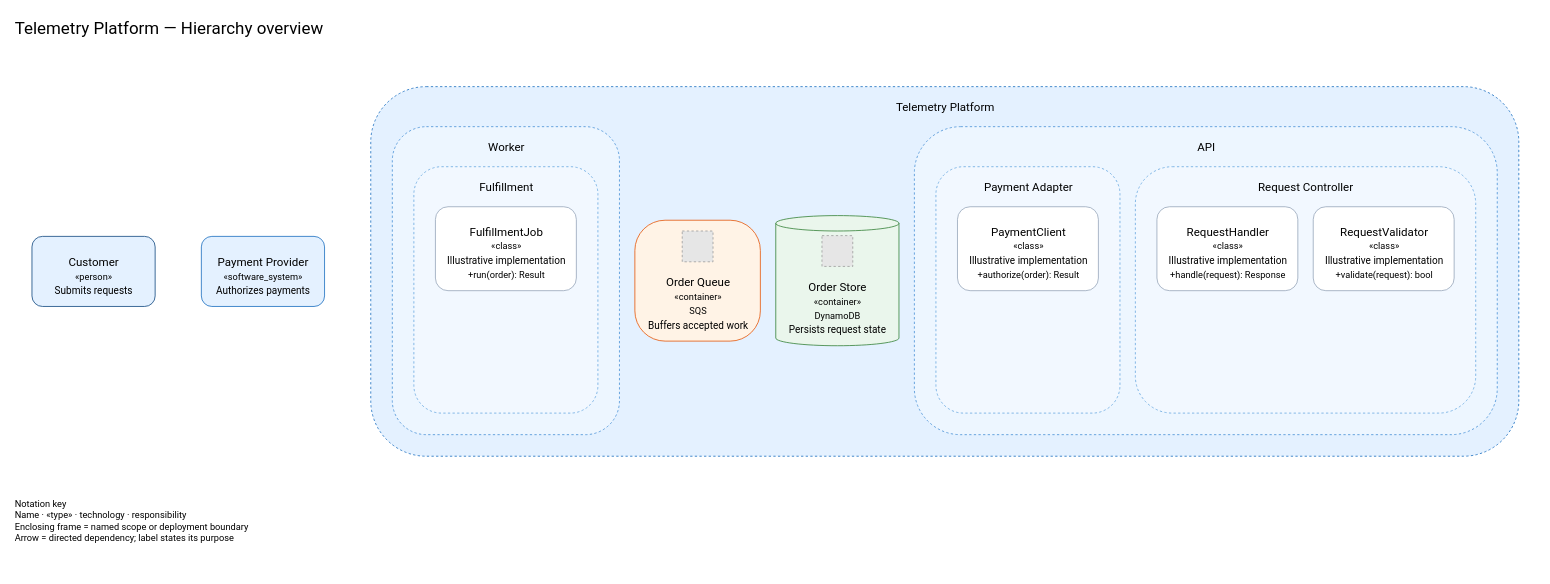
Earlier version of the draw.io diagram examples/starter-systems/telemetry-platform/05-overview/overview-hierarchy.drawio (tyler59simon/architecture-suite-plugin). Source tidied: cells renumbered, new cells numbered last; positions are measured from the earlier drawing's top-left corner, leaving out a move shared by most shapes. Both pictures are drawn from the tidied source at 77%, with x=0, y=0 at pixel (13, 13). Pictures stored in the file or linked from it are replaced by grey dashed boxes.
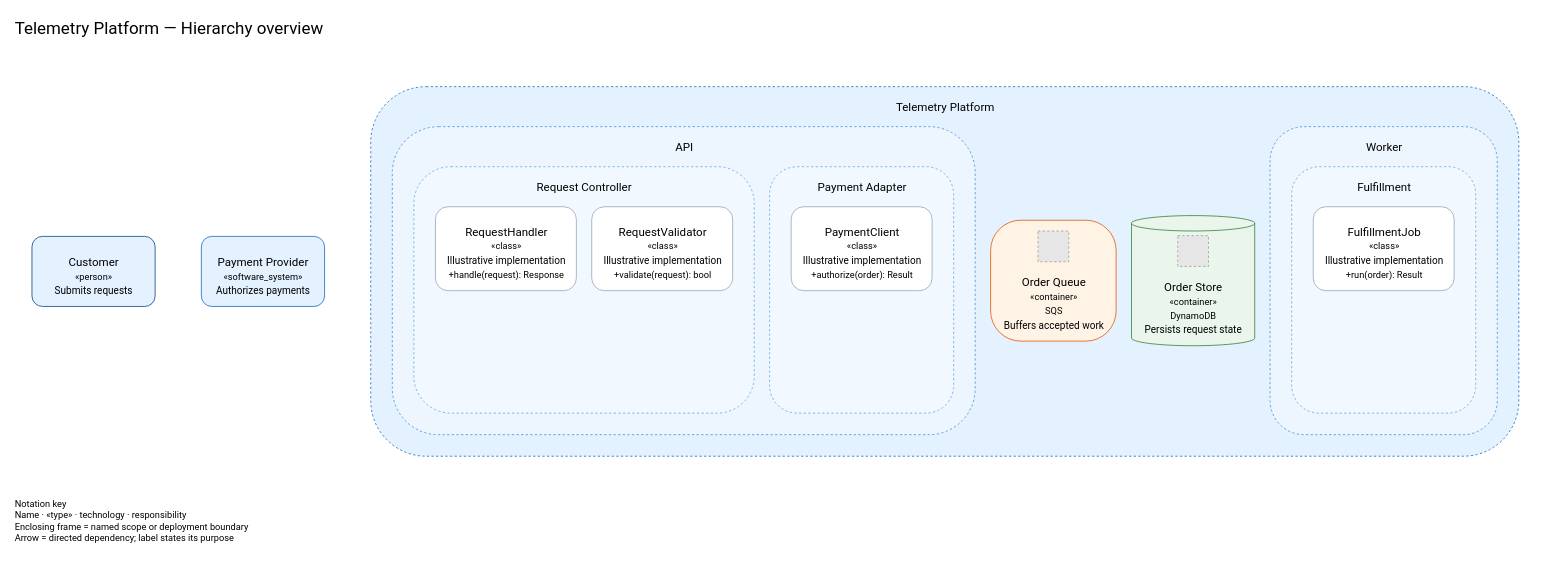
After the change.

The change refers to these unchanged cells:
```xml
<mxCell id="11" style="rounded=1;fillColor=#e4f1ff;strokeColor=#1168bd;dashed=1;" parent="1" vertex="1">
  <mxGeometry x="464" y="95" width="1491" height="480" as="geometry" />
</mxCell>
<mxCell id="29" style="rounded=1;fillColor=#ffffff;strokeColor=#94a3b8;dashed=0;" parent="27" vertex="1">
  <mxGeometry x="28" y="52" width="183" height="109" as="geometry" />
</mxCell>
```

Diff of the diagram source:
```diff
@@
     <mxCell id="13" style="rounded=1;arcSize=25;fillColor=#fff3e6;strokeColor=#e65100;dashed=0;" parent="11" vertex="1">
-      <mxGeometry x="343" y="173.5" width="163" height="157" as="geometry" />
+      <mxGeometry x="805" y="173.5" width="163" height="157" as="geometry" />
     </mxCell>
@@
     <mxCell id="19" style="shape=cylinder3;boundedLbl=1;backgroundOutline=1;size=10;fillColor=#eaf6ec;strokeColor=#2e7d32;dashed=0;" parent="11" vertex="1">
-      <mxGeometry x="526" y="167.5" width="160" height="169" as="geometry" />
+      <mxGeometry x="988" y="167.5" width="160" height="169" as="geometry" />
     </mxCell>
@@
     <mxCell id="25" style="rounded=1;fillColor=#edf6ff;strokeColor=#438dd5;dashed=1;" parent="11" vertex="1">
-      <mxGeometry x="28" y="52" width="295" height="400" as="geometry" />
+      <mxGeometry x="28" y="52" width="757" height="400" as="geometry" />
     </mxCell>
-    <mxCell id="26" value="Worker" style="text;html=1;align=center;fontSize=15;fontFamily=Roboto;spacing=0;" parent="25" vertex="1">
-      <mxGeometry y="13" width="295" height="22" as="geometry" />
+    <mxCell id="26" value="API" style="text;html=1;align=center;fontSize=15;fontFamily=Roboto;spacing=0;" parent="25" vertex="1">
+      <mxGeometry y="13" width="757" height="22" as="geometry" />
     </mxCell>
     <mxCell id="27" style="rounded=1;fillColor=#f2f8ff;strokeColor=#65a6df;dashed=1;" parent="25" vertex="1">
-      <mxGeometry x="28" y="52" width="239" height="320" as="geometry" />
+      <mxGeometry x="28" y="52" width="442" height="320" as="geometry" />
     </mxCell>
-    <mxCell id="28" value="Fulfillment" style="text;html=1;align=center;fontSize=15;fontFamily=Roboto;spacing=0;" parent="27" vertex="1">
-      <mxGeometry y="13" width="239" height="22" as="geometry" />
+    <mxCell id="28" value="Request Controller" style="text;html=1;align=center;fontSize=15;fontFamily=Roboto;spacing=0;" parent="27" vertex="1">
+      <mxGeometry y="13" width="442" height="22" as="geometry" />
     </mxCell>
@@
-    <mxCell id="30" value="FulfillmentJob" style="text;html=1;align=center;fontSize=15;fontFamily=Roboto;spacing=0;" parent="29" vertex="1">
+    <mxCell id="30" value="RequestHandler" style="text;html=1;align=center;fontSize=15;fontFamily=Roboto;spacing=0;" parent="29" vertex="1">
       <mxGeometry y="19" width="183" height="22" as="geometry" />
     </mxCell>
@@
-    <mxCell id="33" value="+run(order): Result" style="text;html=1;align=center;fontSize=12;fontFamily=Roboto;spacing=0;" parent="29" vertex="1">
+    <mxCell id="33" value="+handle(request): Response" style="text;html=1;align=center;fontSize=12;fontFamily=Roboto;spacing=0;" parent="29" vertex="1">
       <mxGeometry y="77" width="183" height="18" as="geometry" />
     </mxCell>
-    <mxCell id="34" style="rounded=1;fillColor=#edf6ff;strokeColor=#438dd5;dashed=1;" parent="11" vertex="1">
-      <mxGeometry x="706" y="52" width="757" height="400" as="geometry" />
+    <mxCell id="34" style="rounded=1;fillColor=#ffffff;strokeColor=#94a3b8;dashed=0;" parent="27" vertex="1">
+      <mxGeometry x="231" y="52" width="183" height="109" as="geometry" />
     </mxCell>
-    <mxCell id="35" value="API" style="text;html=1;align=center;fontSize=15;fontFamily=Roboto;spacing=0;" parent="34" vertex="1">
-      <mxGeometry y="13" width="757" height="22" as="geometry" />
+    <mxCell id="35" value="RequestValidator" style="text;html=1;align=center;fontSize=15;fontFamily=Roboto;spacing=0;" parent="34" vertex="1">
+      <mxGeometry y="19" width="183" height="22" as="geometry" />
     </mxCell>
+    <mxCell id="47" value="«class»" style="text;html=1;align=center;fontSize=12;fontFamily=Roboto;spacing=0;" parent="34" vertex="1">
+      <mxGeometry y="40" width="183" height="18" as="geometry" />
+    </mxCell>
+    <mxCell id="48" value="Illustrative implementation" style="text;html=1;align=center;fontSize=13;fontFamily=Roboto;spacing=0;" parent="34" vertex="1">
+      <mxGeometry y="58" width="183" height="19" as="geometry" />
+    </mxCell>
+    <mxCell id="56" value="+validate(request): bool" style="text;html=1;align=center;fontSize=12;fontFamily=Roboto;spacing=0;" parent="34" vertex="1">
+      <mxGeometry y="77" width="183" height="18" as="geometry" />
+    </mxCell>
-    <mxCell id="36" style="rounded=1;fillColor=#f2f8ff;strokeColor=#65a6df;dashed=1;" parent="34" vertex="1">
-      <mxGeometry x="28" y="52" width="239" height="320" as="geometry" />
+    <mxCell id="36" style="rounded=1;fillColor=#f2f8ff;strokeColor=#65a6df;dashed=1;" parent="25" vertex="1">
+      <mxGeometry x="490" y="52" width="239" height="320" as="geometry" />
     </mxCell>
@@
-    <mxCell id="43" style="rounded=1;fillColor=#f2f8ff;strokeColor=#65a6df;dashed=1;" parent="34" vertex="1">
-      <mxGeometry x="287" y="52" width="442" height="320" as="geometry" />
+    <mxCell id="43" style="rounded=1;fillColor=#edf6ff;strokeColor=#438dd5;dashed=1;" parent="11" vertex="1">
+      <mxGeometry x="1168" y="52" width="295" height="400" as="geometry" />
     </mxCell>
-    <mxCell id="44" value="Request Controller" style="text;html=1;align=center;fontSize=15;fontFamily=Roboto;spacing=0;" parent="43" vertex="1">
-      <mxGeometry y="13" width="442" height="22" as="geometry" />
+    <mxCell id="44" value="Worker" style="text;html=1;align=center;fontSize=15;fontFamily=Roboto;spacing=0;" parent="43" vertex="1">
+      <mxGeometry y="13" width="295" height="22" as="geometry" />
     </mxCell>
-    <mxCell id="45" style="rounded=1;fillColor=#ffffff;strokeColor=#94a3b8;dashed=0;" parent="43" vertex="1">
-      <mxGeometry x="28" y="52" width="183" height="109" as="geometry" />
+    <mxCell id="45" style="rounded=1;fillColor=#f2f8ff;strokeColor=#65a6df;dashed=1;" parent="43" vertex="1">
+      <mxGeometry x="28" y="52" width="239" height="320" as="geometry" />
     </mxCell>
-    <mxCell id="46" value="RequestHandler" style="text;html=1;align=center;fontSize=15;fontFamily=Roboto;spacing=0;" parent="45" vertex="1">
-      <mxGeometry y="19" width="183" height="22" as="geometry" />
+    <mxCell id="46" value="Fulfillment" style="text;html=1;align=center;fontSize=15;fontFamily=Roboto;spacing=0;" parent="45" vertex="1">
+      <mxGeometry y="13" width="239" height="22" as="geometry" />
     </mxCell>
-    <mxCell id="47" value="«class»" style="text;html=1;align=center;fontSize=12;fontFamily=Roboto;spacing=0;" parent="45" vertex="1">
-      <mxGeometry y="40" width="183" height="18" as="geometry" />
-    </mxCell>
-    <mxCell id="48" value="Illustrative implementation" style="text;html=1;align=center;fontSize=13;fontFamily=Roboto;spacing=0;" parent="45" vertex="1">
-      <mxGeometry y="58" width="183" height="19" as="geometry" />
-    </mxCell>
-    <mxCell id="49" value="+handle(request): Response" style="text;html=1;align=center;fontSize=12;fontFamily=Roboto;spacing=0;" parent="45" vertex="1">
-      <mxGeometry y="77" width="183" height="18" as="geometry" />
-    </mxCell>
-    <mxCell id="50" style="rounded=1;fillColor=#ffffff;strokeColor=#94a3b8;dashed=0;" parent="43" vertex="1">
-      <mxGeometry x="231" y="52" width="183" height="109" as="geometry" />
+    <mxCell id="50" style="rounded=1;fillColor=#ffffff;strokeColor=#94a3b8;dashed=0;" parent="45" vertex="1">
+      <mxGeometry x="28" y="52" width="183" height="109" as="geometry" />
     </mxCell>
-    <mxCell id="51" value="RequestValidator" style="text;html=1;align=center;fontSize=15;fontFamily=Roboto;spacing=0;" parent="50" vertex="1">
+    <mxCell id="51" value="FulfillmentJob" style="text;html=1;align=center;fontSize=15;fontFamily=Roboto;spacing=0;" parent="50" vertex="1">
       <mxGeometry y="19" width="183" height="22" as="geometry" />
     </mxCell>
@@
-    <mxCell id="54" value="+validate(request): bool" style="text;html=1;align=center;fontSize=12;fontFamily=Roboto;spacing=0;" parent="50" vertex="1">
+    <mxCell id="54" value="+run(order): Result" style="text;html=1;align=center;fontSize=12;fontFamily=Roboto;spacing=0;" parent="50" vertex="1">
       <mxGeometry y="77" width="183" height="18" as="geometry" />
     </mxCell>
```
